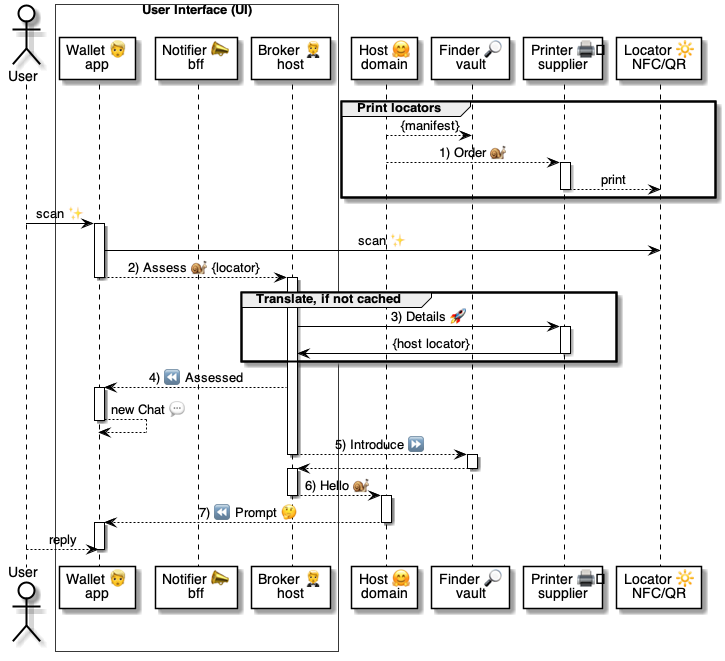
pollyweb-org/pollyweb-docs keeps this PlantUML diagram as 5 ⏩ Flows/90 🧑‍🦰👉 Wallets/15 👉🔆 Locators/.📎 Assets/⚙️ Printer QR.png. Above is the earlier version. Its source is kept beside it as 5 ⏩ Flows/90 🧑‍🦰👉 Wallets/15 👉🔆 Locators/.📎 Assets/⚙️ Printer QR.puml.
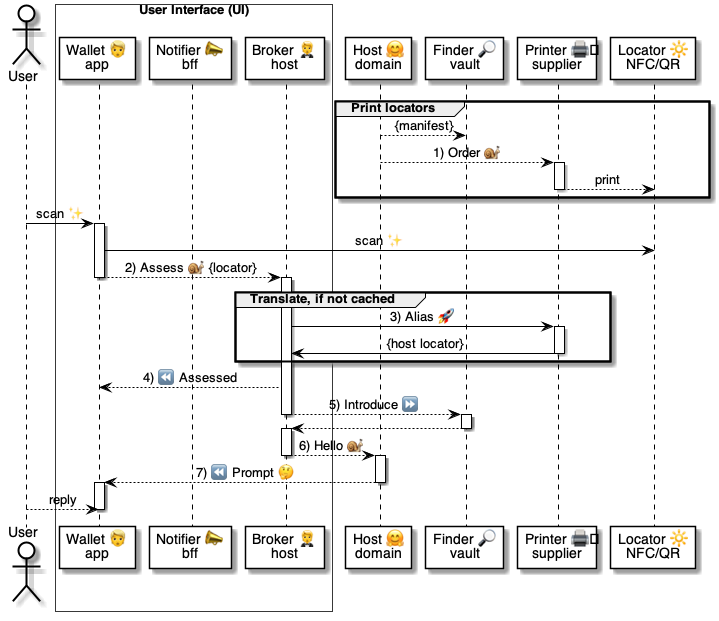
Above is the later version.

Diff of the diagram source:
```diff
@@ -38,7 +38,7 @@
 
     group Translate, if not cached
 
-        broker -> printer: 3) Details 🚀
+        broker -> printer: 3) Alias 🚀
 
         activate printer
             printer -> broker: {host locator}
@@ -48,9 +48,6 @@
 
 
         broker --> wallet: 4) ⏪ Assessed
-        activate wallet
-            wallet --> wallet: new Chat 💬
-        deactivate wallet
 
         broker --> finder: 5) Introduce ⏩
         deactivate broker
```
